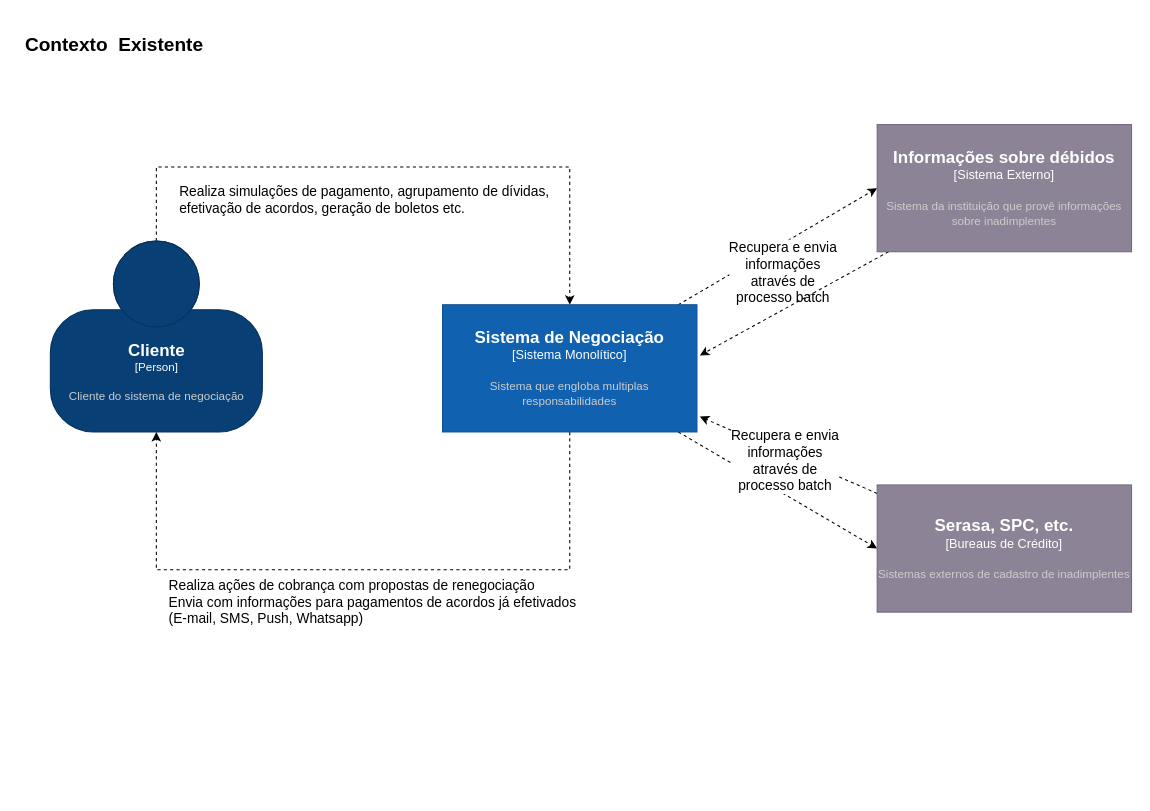
This is docs/existing-context.drawio from patrickcoutinho/debts-negotiation-case, a draw.io file, before an edit. Source tidied: cells renumbered, new cells numbered last; positions are measured from the earlier drawing's top-left corner, leaving out a move shared by most shapes. Both pictures are drawn from the tidied source at 106%, with x=0, y=0 at pixel (18, 18).
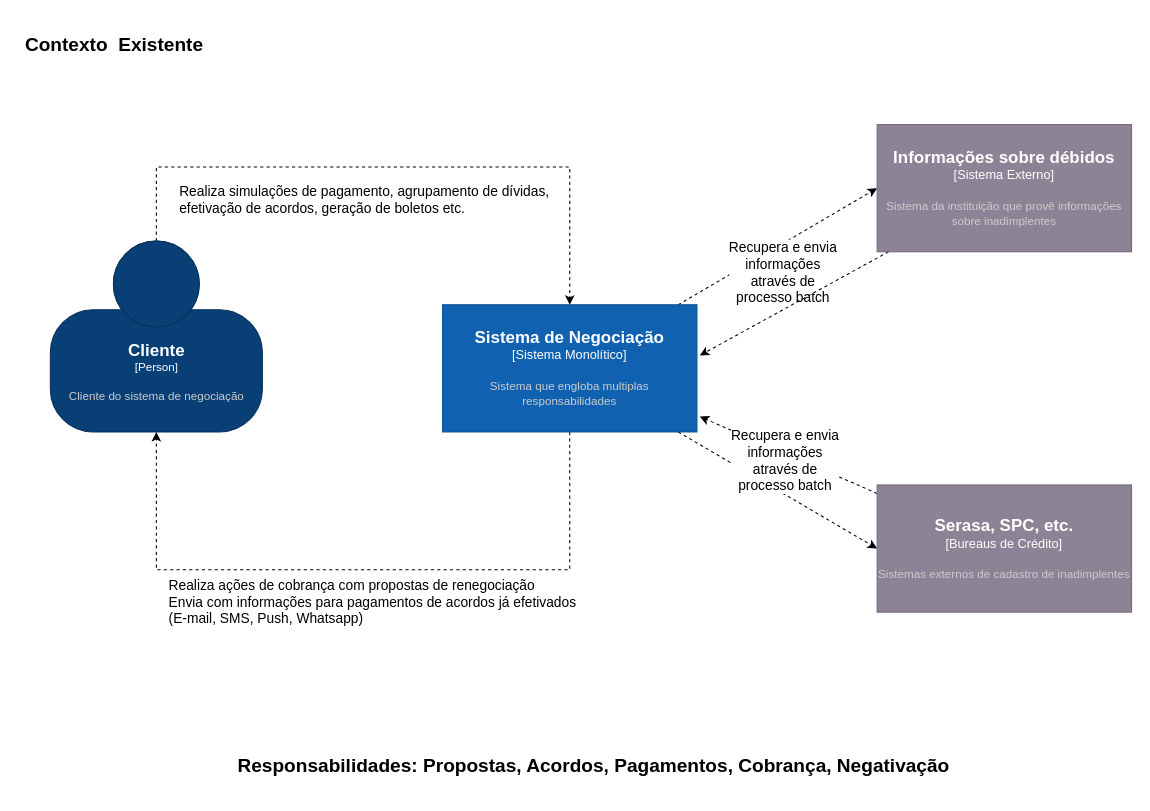
Above is the later version.

Commit message (it also covers changes not shown here):
docs: uopdated existing context diagram

What changed in the source:
```diff
@@
+    <mxCell id="17" value="&lt;h2&gt;&lt;b&gt;Responsabilidades: Propostas, Acordos, Pagamentos, Cobrança, Negativação&lt;/b&gt;&lt;/h2&gt;" style="text;html=1;align=left;verticalAlign=middle;fillColor=none;gradientColor=none;" parent="1" vertex="1">
+      <mxGeometry x="205" y="680" width="690" height="50" as="geometry" />
+    </mxCell>
```
